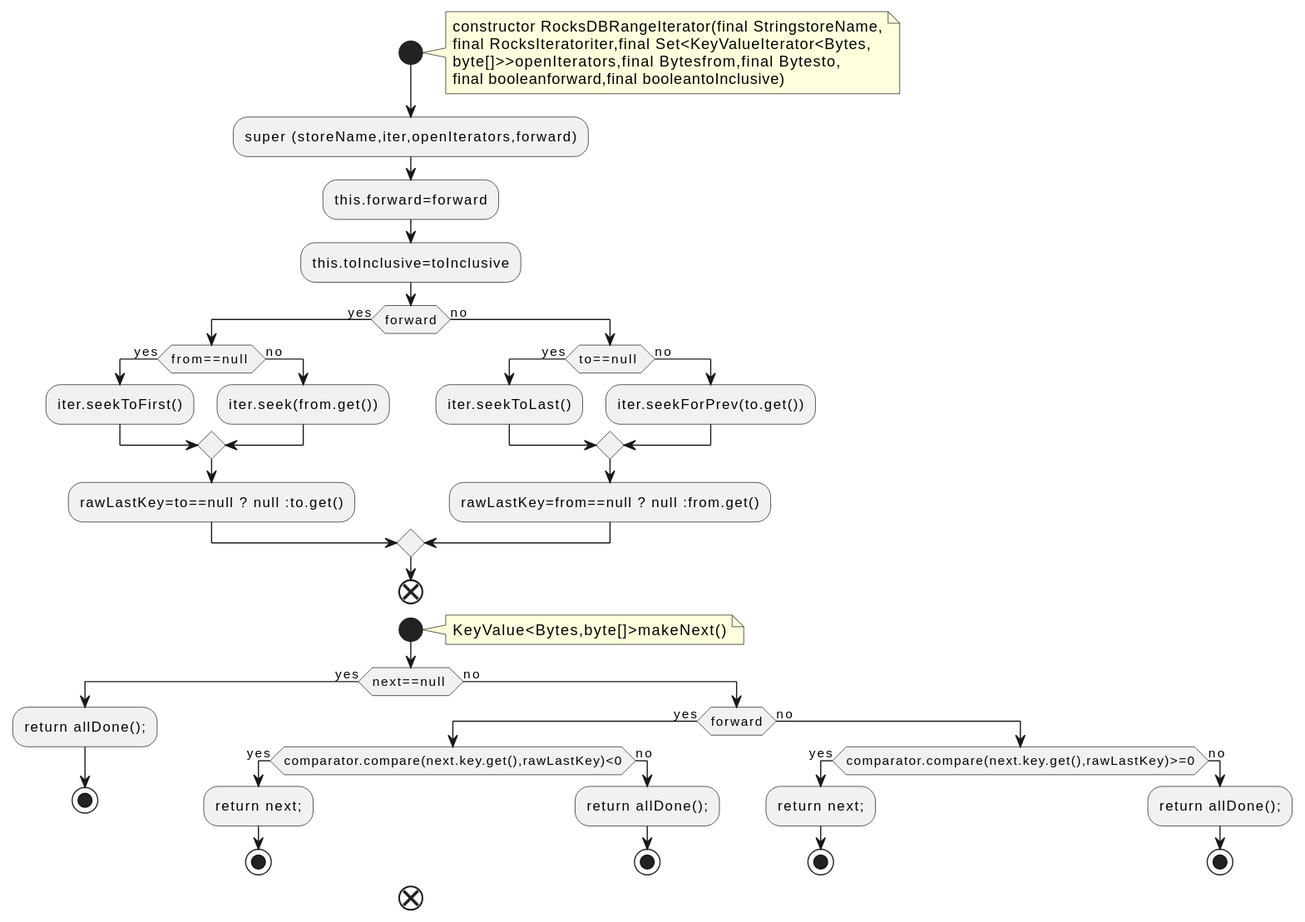
The PlantUML diagram docs/qc/streams/src/main/java/org/apache/kafka/streams/state/internals/RocksDBRangeIterator.java.fct.svg in qualitesys/kafka, before a commit.
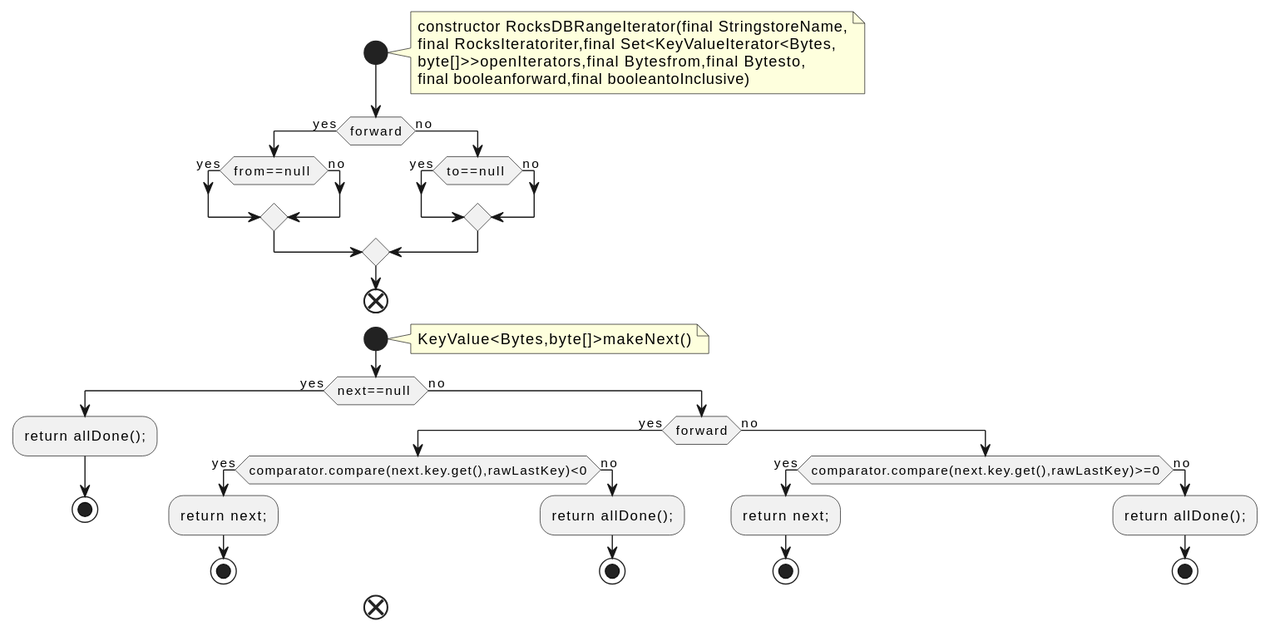
Above is the later version.

Change to the diagram source:
```diff
@@ -7,23 +7,14 @@
 byte[]>>openIterators,final Bytesfrom,final Bytesto,
 final booleanforward,final booleantoInclusive)
 end note
-:super (storeName,iter,openIterators,forward);
-:this.forward=forward;
-:this.toInclusive=toInclusive;
 if (forward) then (yes)
 if (from==null ) then (yes)
-:iter.seekToFirst();
 else (no)
-:iter.seek(from.get());
 endif
-:rawLastKey=to==null ? null :to.get();
 else (no)
 if (to==null ) then (yes)
-:iter.seekToLast();
 else (no)
-:iter.seekForPrev(to.get());
 endif
-:rawLastKey=from==null ? null :from.get();
 endif
 end
 start
```
